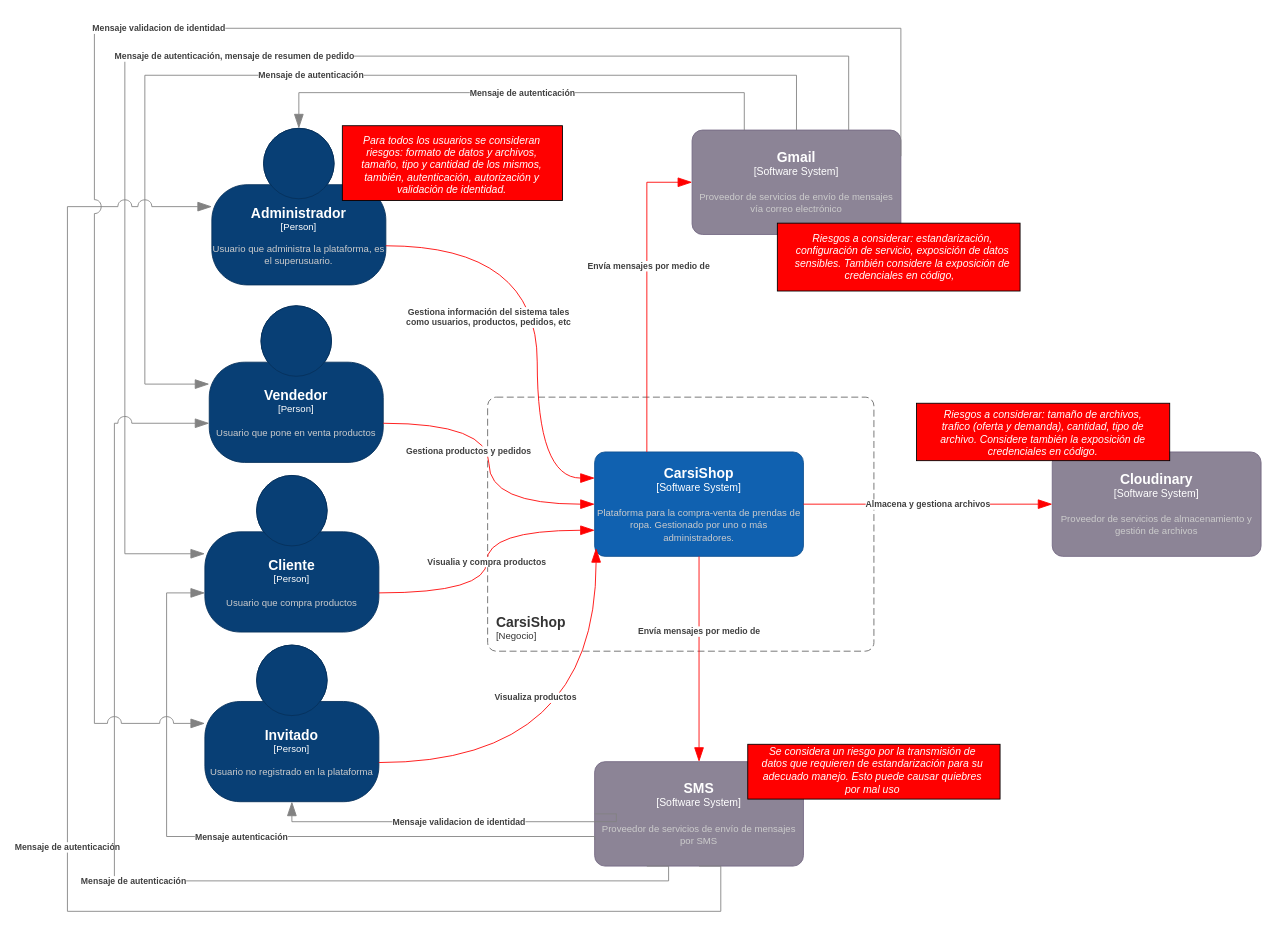
This is page "contexto con riesgos" (1 of 10) of Diagrama/c4CarsiShop.drawio from EmilianoChofis/c4CarsiShop, a draw.io file, before an edit. Source tidied: cells renumbered, new cells numbered last; positions are measured from the earlier drawing's top-left corner, leaving out a move shared by most shapes. Both pictures are drawn from the tidied source at 87%, with x=0, y=0 at pixel (67, 28).
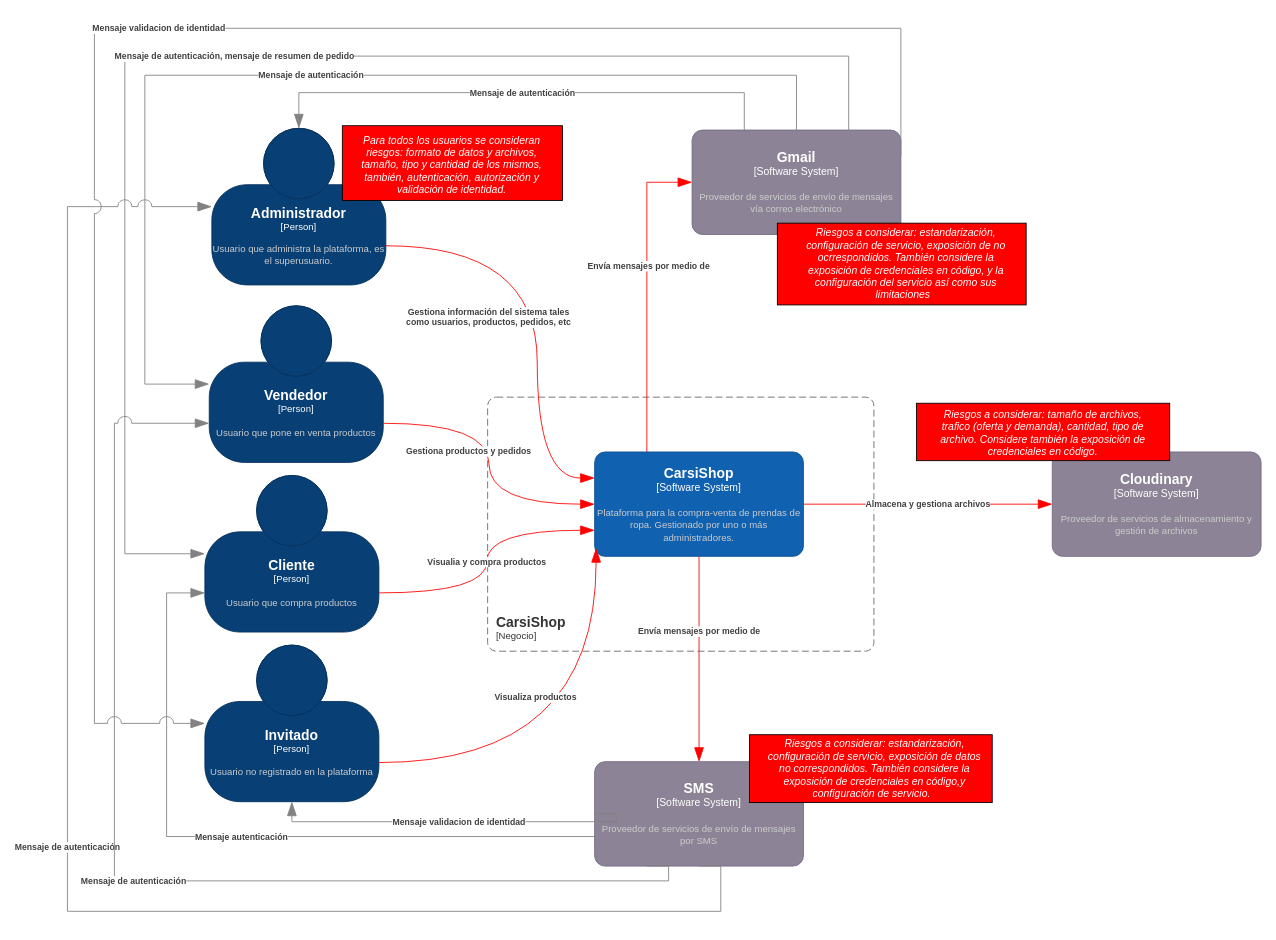
After the change.

Commit message:
contexto otra vez

Diff of the diagram source:
```diff
@@
-    <mxCell id="3" style="rounded=0;whiteSpace=wrap;html=1;fillColor=#FF0000;" parent="1" vertex="1">
-      <mxGeometry x="782" y="823" width="290" height="63" as="geometry" />
-    </mxCell>
@@
-    <mxCell id="27" value="&lt;i&gt;&lt;font color=&quot;#ffffff&quot;&gt;Se considera un riesgo por la transmisión de datos que requieren de estandarización para su adecuado manejo. Esto puede causar quiebres por mal uso&lt;/font&gt;&lt;/i&gt;" style="text;strokeColor=none;align=center;fillColor=none;html=1;verticalAlign=middle;whiteSpace=wrap;rounded=0;" parent="1" vertex="1">
-      <mxGeometry x="795.5" y="838" width="259" height="30" as="geometry" />
-    </mxCell>
@@
     <mxCell id="31" style="group;" parent="1" vertex="1">
-      <mxGeometry x="816" y="224" width="279" height="78" as="geometry" />
+      <mxGeometry x="816" y="224" width="286" height="94" as="geometry" />
     </mxCell>
     <mxCell id="32" style="rounded=0;whiteSpace=wrap;html=1;fillColor=#FF0000;" parent="31" vertex="1">
-      <mxGeometry width="279" height="78" as="geometry" />
+      <mxGeometry width="286" height="94" as="geometry" />
     </mxCell>
-    <mxCell id="33" value="&lt;i&gt;&lt;font color=&quot;#ffffff&quot;&gt;Riesgos a considerar: estandarización, configuración de servicio, exposición de datos sensibles. También considere la exposición de credenciales en código,&amp;nbsp;&amp;nbsp;&lt;/font&gt;&lt;/i&gt;" style="text;strokeColor=none;align=center;fillColor=none;html=1;verticalAlign=middle;whiteSpace=wrap;rounded=0;" parent="31" vertex="1">
-      <mxGeometry x="18" y="15.6" width="251.8" height="46.8" as="geometry" />
+    <mxCell id="33" value="&lt;i&gt;&lt;font color=&quot;#ffffff&quot;&gt;Riesgos a considerar: estandarización, configuración de servicio, exposición de no ocrrespondidos. También considere la exposición de credenciales en código, y la configuración del servicio así como sus limitaciones&amp;nbsp;&amp;nbsp;&lt;/font&gt;&lt;/i&gt;" style="text;strokeColor=none;align=center;fillColor=none;html=1;verticalAlign=middle;whiteSpace=wrap;rounded=0;" parent="31" vertex="1">
+      <mxGeometry x="18.5" y="18.8" width="258.1" height="56.4" as="geometry" />
     </mxCell>
@@
+    <mxCell id="37" style="group;" parent="1" vertex="1">
+      <mxGeometry x="784" y="812" width="279" height="78" as="geometry" />
+    </mxCell>
+    <mxCell id="38" style="rounded=0;whiteSpace=wrap;html=1;fillColor=#FF0000;" parent="37" vertex="1">
+      <mxGeometry width="279" height="78" as="geometry" />
+    </mxCell>
+    <mxCell id="39" value="&lt;i&gt;&lt;font color=&quot;#ffffff&quot;&gt;Riesgos a considerar: estandarización, configuración de servicio, exposición de datos no correspondidos. También considere la exposición de credenciales en código,y configuración de servicio.&amp;nbsp;&amp;nbsp;&lt;/font&gt;&lt;/i&gt;" style="text;strokeColor=none;align=center;fillColor=none;html=1;verticalAlign=middle;whiteSpace=wrap;rounded=0;" parent="37" vertex="1">
+      <mxGeometry x="18" y="15.6" width="251.8" height="46.8" as="geometry" />
+    </mxCell>
```
